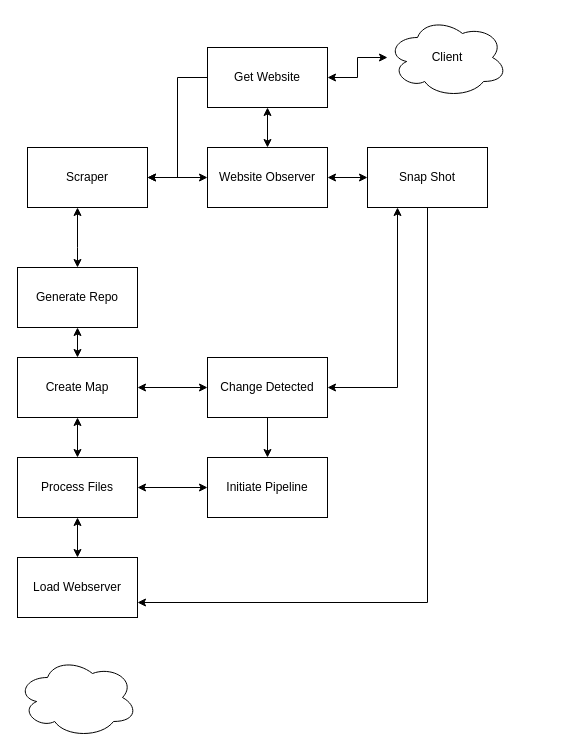
Before: branding_files/Untitled Diagram.drawio in samjcs/BrandingStripper, a draw.io diagram. Source tidied: cells renumbered, new cells numbered last; positions are measured from the earlier drawing's top-left corner, leaving out a move shared by most shapes. Both pictures are drawn from the tidied source at 100%, with x=0, y=0 at pixel (17, 17).
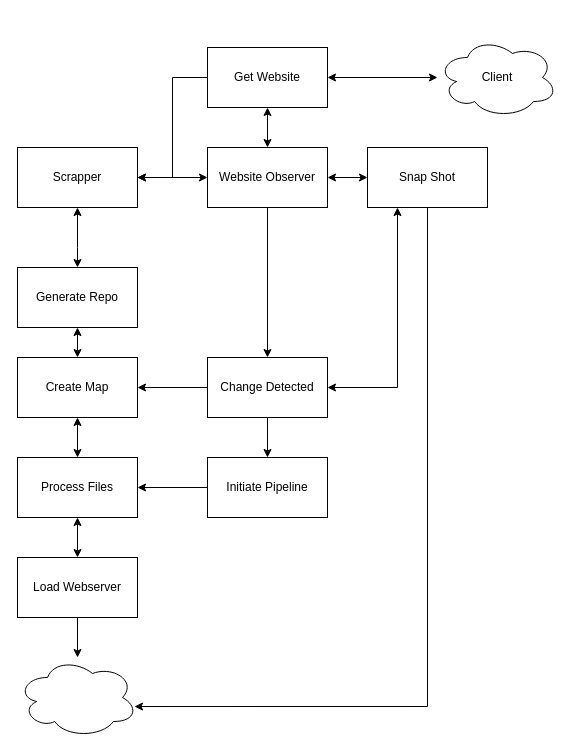
Above is the later version.

The change refers to these unchanged cells:
```xml
<mxCell id="12" value="Create Map" style="rounded=0;whiteSpace=wrap;html=1;" parent="1" vertex="1">
  <mxGeometry y="340" width="120" height="60" as="geometry" />
</mxCell>
<mxCell id="14" value="Process Files" style="rounded=0;whiteSpace=wrap;html=1;" parent="1" vertex="1">
  <mxGeometry y="440" width="120" height="60" as="geometry" />
</mxCell>
<mxCell id="15" value="Load Webserver" style="rounded=0;whiteSpace=wrap;html=1;" parent="1" vertex="1">
  <mxGeometry y="540" width="120" height="60" as="geometry" />
</mxCell>
<mxCell id="18" value="Website Observer" style="rounded=0;whiteSpace=wrap;html=1;" parent="1" vertex="1">
  <mxGeometry x="190" y="130" width="120" height="60" as="geometry" />
</mxCell>
<mxCell id="20" value="Snap Shot" style="rounded=0;whiteSpace=wrap;html=1;" parent="1" vertex="1">
  <mxGeometry x="350" y="130" width="120" height="60" as="geometry" />
</mxCell>
<mxCell id="24" value="Change Detected" style="rounded=0;whiteSpace=wrap;html=1;" parent="1" vertex="1">
  <mxGeometry x="190" y="340" width="120" height="60" as="geometry" />
</mxCell>
<mxCell id="25" style="ellipse;shape=cloud;whiteSpace=wrap;html=1;" parent="1" vertex="1">
  <mxGeometry y="640" width="120" height="80" as="geometry" />
</mxCell>
<mxCell id="27" value="&lt;div&gt;Initiate Pipeline&lt;/div&gt;" style="rounded=0;whiteSpace=wrap;html=1;" parent="1" vertex="1">
  <mxGeometry x="190" y="440" width="120" height="60" as="geometry" />
</mxCell>
```

The edit, as a diff of the source:
```diff
@@
     <mxCell id="6" value="&lt;div&gt;Client&lt;/div&gt;" style="ellipse;shape=cloud;whiteSpace=wrap;html=1;" parent="1" vertex="1">
-      <mxGeometry x="370" width="120" height="80" as="geometry" />
+      <mxGeometry x="420" y="20" width="120" height="80" as="geometry" />
     </mxCell>
@@
-    <mxCell id="8" value="Scraper" style="rounded=0;whiteSpace=wrap;html=1;" parent="1" vertex="1">
-      <mxGeometry x="10" y="130" width="120" height="60" as="geometry" />
+    <mxCell id="8" value="&lt;div&gt;Scrapper&lt;/div&gt;" style="rounded=0;whiteSpace=wrap;html=1;" parent="1" vertex="1">
+      <mxGeometry y="130" width="120" height="60" as="geometry" />
     </mxCell>
@@
+    <mxCell id="28" style="edgeStyle=orthogonalEdgeStyle;rounded=0;jettySize=auto;html=1;startArrow=none;startFill=0;endArrow=classic;endFill=1;" parent="1" edge="1" source="15" target="25">
+      <mxGeometry relative="1" as="geometry" />
+    </mxCell>
@@
+    <mxCell id="29" style="edgeStyle=orthogonalEdgeStyle;rounded=0;jettySize=auto;html=1;startArrow=none;startFill=0;endArrow=classic;endFill=1;" parent="1" edge="1" source="18" target="24">
+      <mxGeometry relative="1" as="geometry" />
+    </mxCell>
@@
-    <mxCell id="19" style="edgeStyle=orthogonalEdgeStyle;rounded=0;jettySize=auto;html=1;entryX=1;entryY=0.75;entryDx=0;entryDy=0;startArrow=none;startFill=0;" parent="1" edge="1" source="20" target="15">
+    <mxCell id="19" style="edgeStyle=orthogonalEdgeStyle;rounded=0;jettySize=auto;html=1;entryX=0.975;entryY=0.613;entryDx=0;entryDy=0;startArrow=none;startFill=0;entryPerimeter=0;" parent="1" edge="1" source="20" target="25">
       <mxGeometry relative="1" as="geometry">
         <Array as="points">
-          <mxPoint x="410" y="585" />
+          <mxPoint x="410" y="689" />
         </Array>
       </mxGeometry>
     </mxCell>
@@
-    <mxCell id="21" style="edgeStyle=orthogonalEdgeStyle;rounded=0;jettySize=auto;html=1;entryX=1;entryY=0.5;entryDx=0;entryDy=0;startArrow=classic;startFill=1;" parent="1" edge="1" source="24" target="12">
+    <mxCell id="21" style="edgeStyle=orthogonalEdgeStyle;rounded=0;jettySize=auto;html=1;entryX=1;entryY=0.5;entryDx=0;entryDy=0;startArrow=none;startFill=0;" parent="1" edge="1" source="24" target="12">
       <mxGeometry relative="1" as="geometry" />
     </mxCell>
@@
-    <mxCell id="26" style="edgeStyle=orthogonalEdgeStyle;rounded=0;jettySize=auto;html=1;startArrow=classic;startFill=1;endArrow=classic;endFill=1;" parent="1" edge="1" source="27" target="14">
+    <mxCell id="26" style="edgeStyle=orthogonalEdgeStyle;rounded=0;jettySize=auto;html=1;startArrow=none;startFill=0;endArrow=classic;endFill=1;" parent="1" edge="1" source="27" target="14">
       <mxGeometry relative="1" as="geometry" />
     </mxCell>
```
